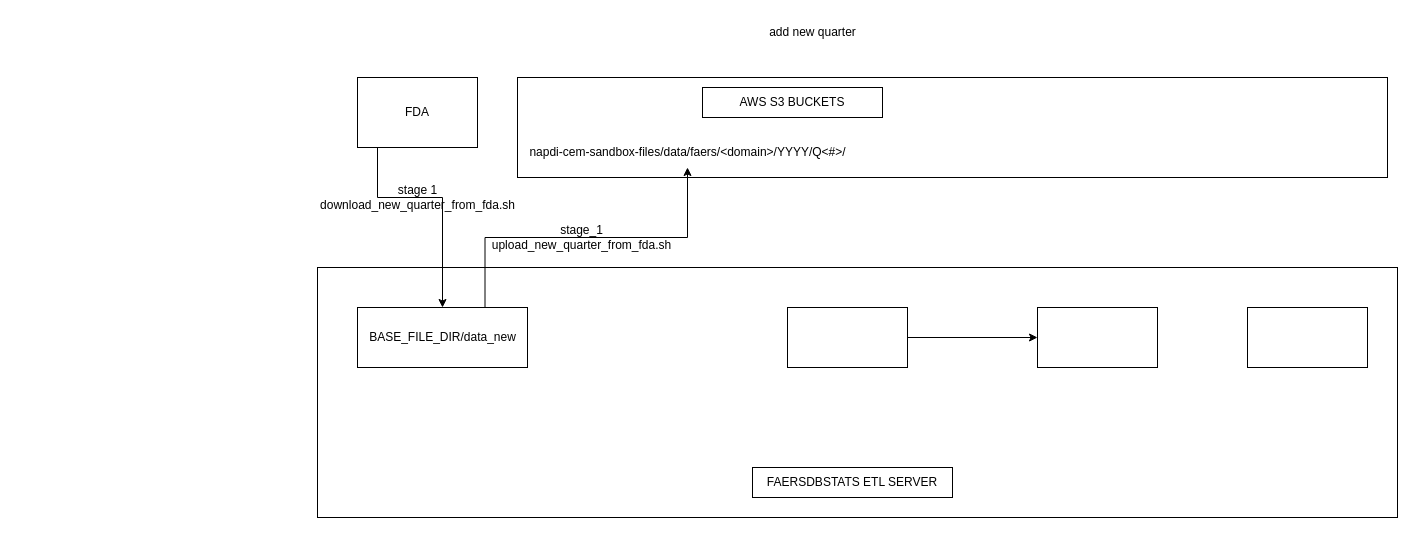
Earlier version of the draw.io diagram documentation/data_flow_diagram.drawio (dbmi-pitt/faersdbstats). Source tidied: cells renumbered, new cells numbered last; positions are measured from the earlier drawing's top-left corner, leaving out a move shared by most shapes. Both pictures are drawn from the tidied source at 100%, with x=0, y=0 at pixel (307, 17).
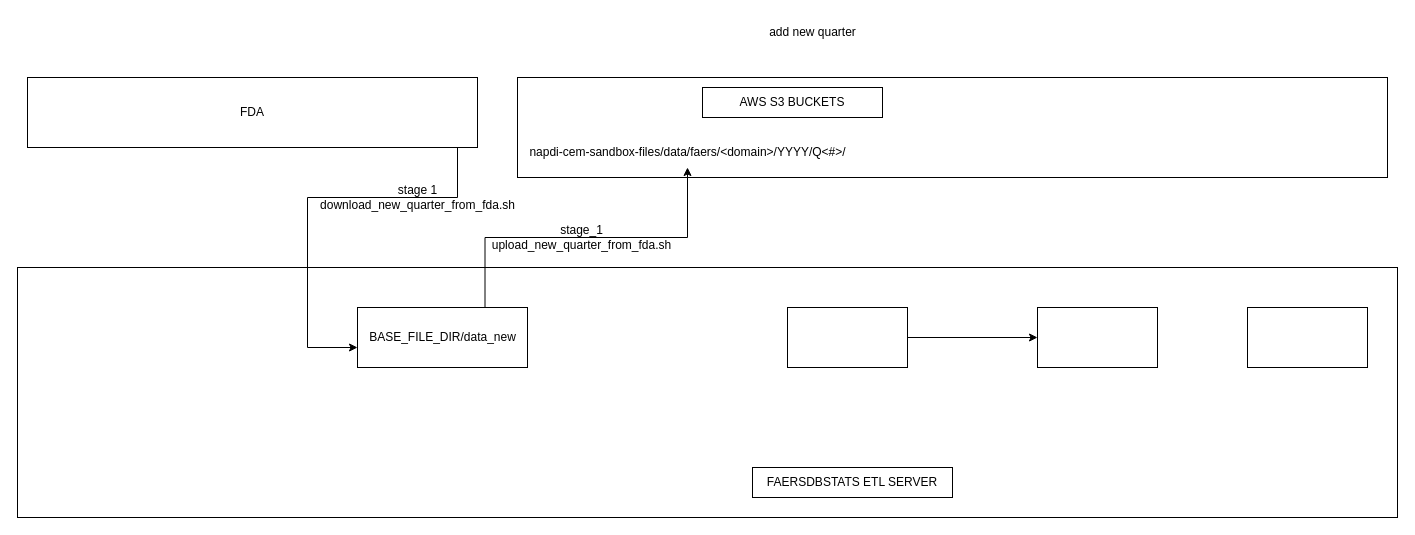
The same diagram, later.

The change refers to these unchanged cells:
```xml
<mxCell id="7" style="rounded=0;whiteSpace=wrap;html=1;" parent="1" vertex="1">
  <mxGeometry x="50" y="290" width="170" height="60" as="geometry" />
</mxCell>
<mxCell id="15" value="BASE_FILE_DIR/data_new" style="text;html=1;align=center;verticalAlign=middle;points=[];strokeColor=none;fillColor=none;" parent="1" vertex="1">
  <mxGeometry x="50" y="305" width="170" height="30" as="geometry" />
</mxCell>
```

Change to the diagram source:
```diff
@@
     <mxCell id="2" style="rounded=0;whiteSpace=wrap;html=1;" parent="1" vertex="1">
-      <mxGeometry x="10" y="250" width="1080" height="250" as="geometry" />
+      <mxGeometry x="-290" y="250" width="1380" height="250" as="geometry" />
     </mxCell>
     <mxCell id="3" value="FDA" style="rounded=0;whiteSpace=wrap;html=1;" parent="1" vertex="1">
-      <mxGeometry x="50" y="60" width="120" height="70" as="geometry" />
+      <mxGeometry x="-280" y="60" width="450" height="70" as="geometry" />
     </mxCell>
@@
-    <mxCell id="12" style="edgeStyle=orthogonalEdgeStyle;rounded=0;jettySize=auto;html=1;exitX=0.5;exitY=1;exitDx=0;exitDy=0;entryX=0.5;entryY=0;entryDx=0;entryDy=0;" parent="1" edge="1" source="3" target="7">
+    <mxCell id="12" style="edgeStyle=orthogonalEdgeStyle;rounded=0;jettySize=auto;html=1;exitX=0.5;exitY=1;exitDx=0;exitDy=0;" parent="1" edge="1" source="3" target="15">
       <mxGeometry relative="1" as="geometry">
         <Array as="points">
-          <mxPoint x="70" y="130" />
-          <mxPoint x="70" y="180" />
-          <mxPoint x="135" y="180" />
+          <mxPoint x="150" y="130" />
+          <mxPoint x="150" y="180" />
+          <mxPoint y="180" />
+          <mxPoint y="330" />
         </Array>
       </mxGeometry>
     </mxCell>
```
